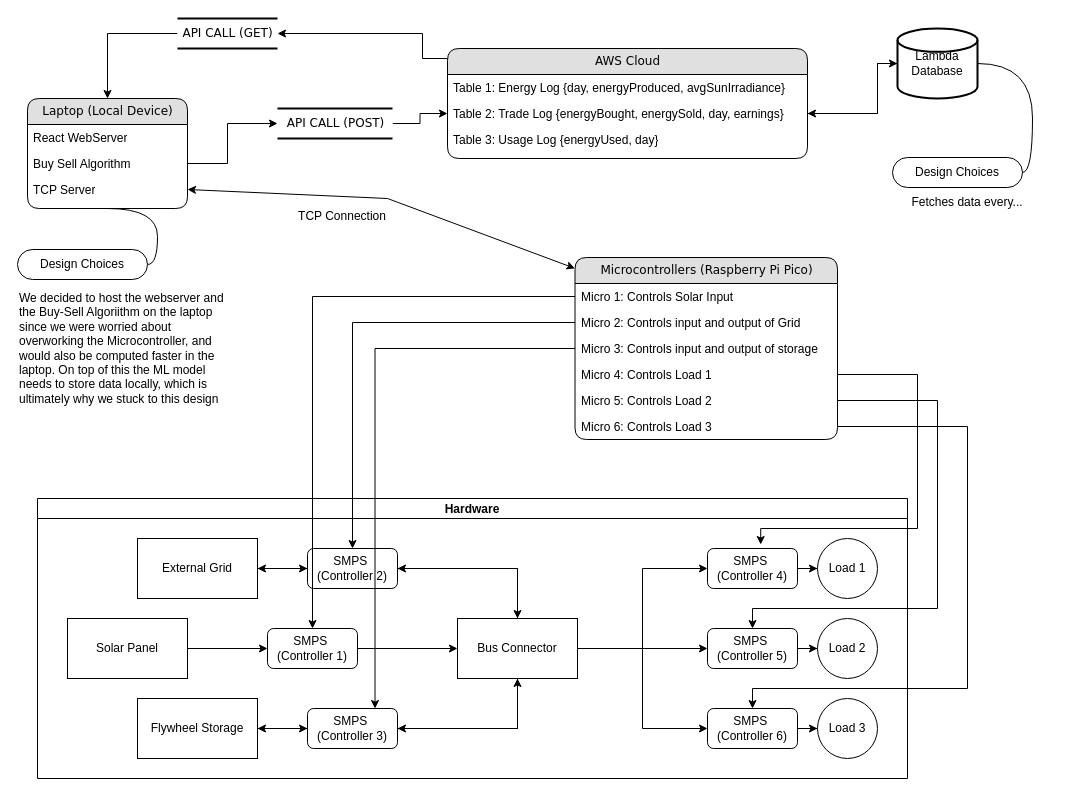
Above: TopLevel.drawio in chinjyanson/SmartGrid (draw.io), before the change. Source tidied: cells renumbered, new cells numbered last; positions are measured from the earlier drawing's top-left corner, leaving out a move shared by most shapes. Both pictures are drawn from the tidied source at 100%, with x=0, y=0 at pixel (17, 18).
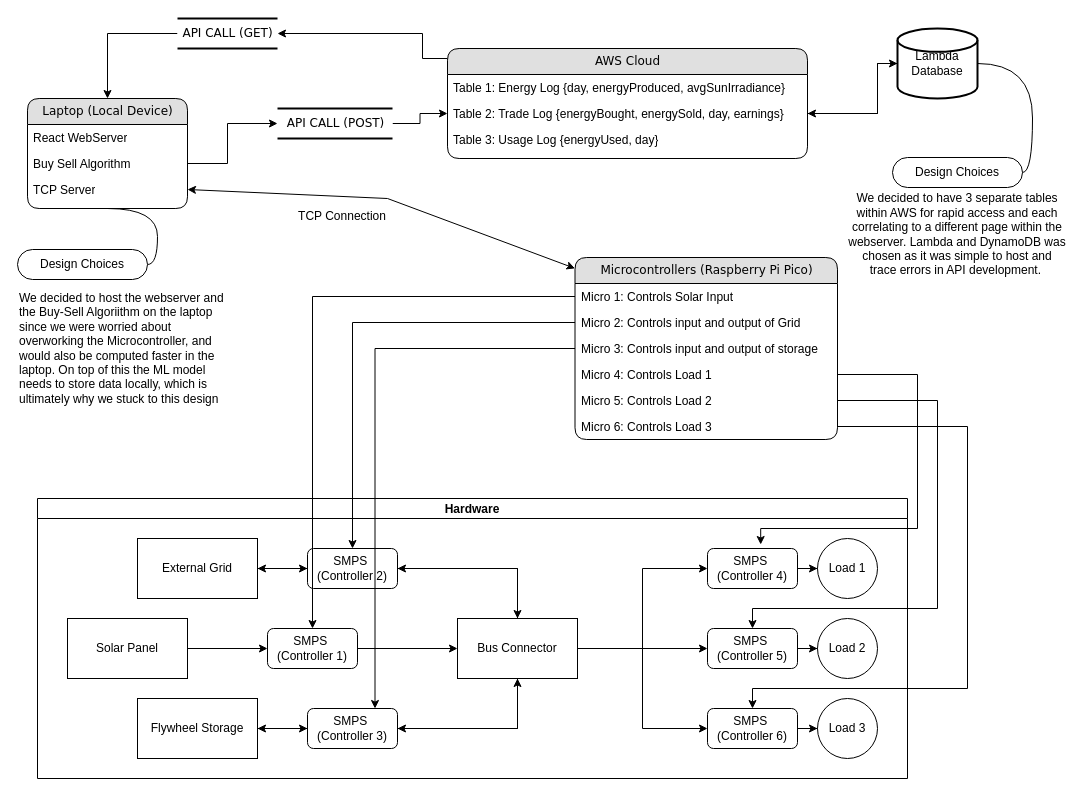
After the change.

Commit message:
[ssk122]: Updated FlowChart

Diff of the diagram source:
```diff
@@
-    <mxCell id="68" value="Fetches data every..." style="text;html=1;align=center;verticalAlign=middle;whiteSpace=wrap;rounded=0;" parent="1" vertex="1">
-      <mxGeometry x="890" y="169" width="120" height="30" as="geometry" />
+    <mxCell id="68" value="We decided to have 3 separate tables within AWS for rapid access and each correlating to a different page within the webserver. Lambda and DynamoDB was chosen as it was simple to host and trace errors in API development.&amp;nbsp;" style="text;html=1;align=center;verticalAlign=middle;whiteSpace=wrap;rounded=0;" parent="1" vertex="1">
+      <mxGeometry x="830" y="169" width="220" height="94" as="geometry" />
     </mxCell>
```
